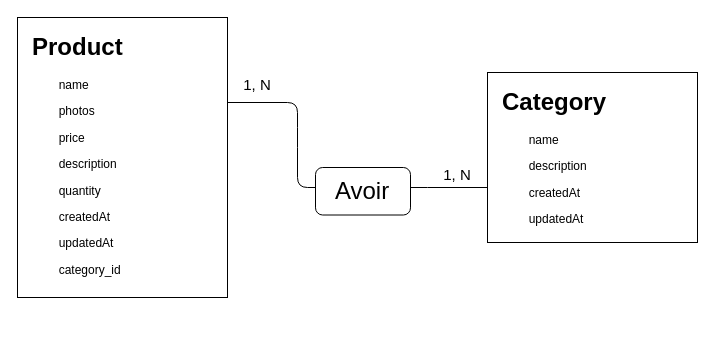
The draw.io diagram job-03/MCD.drawio in estelle-dose/revisions-poo, before the edit. Source tidied: cells renumbered, new cells numbered last; positions are measured from the earlier drawing's top-left corner, leaving out a move shared by most shapes. Both pictures are drawn from the tidied source at 100%, with x=0, y=0 at pixel (17, 17).
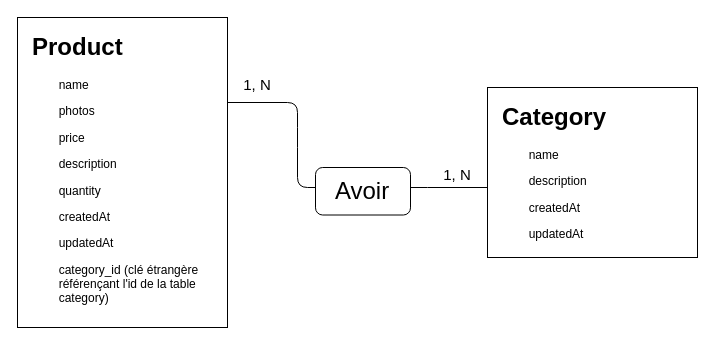
The same diagram, later.

Change to the diagram source:
```diff
@@
 <mxGraphModel>
   <root>
     <mxCell id="0" />
     <mxCell id="1" parent="0" />
     <mxCell id="2" style="rounded=0;whiteSpace=wrap;html=1;" parent="1" vertex="1">
-      <mxGeometry width="210" height="280" as="geometry" />
+      <mxGeometry width="210" height="310" as="geometry" />
     </mxCell>
-    <mxCell id="3" value="&lt;h1&gt;Product&lt;/h1&gt;&lt;p&gt;&lt;span style=&quot;background-color: initial;&quot;&gt;&lt;span style=&quot;white-space: pre;&quot;&gt;&#9;&lt;/span&gt;name&lt;/span&gt;&lt;/p&gt;&lt;p&gt;&amp;nbsp; &amp;nbsp; &amp;nbsp; &amp;nbsp; photos&lt;/p&gt;&lt;p&gt;&amp;nbsp; &amp;nbsp; &amp;nbsp; &amp;nbsp; price&lt;/p&gt;&lt;p&gt;&amp;nbsp; &amp;nbsp; &amp;nbsp; &amp;nbsp; description&lt;/p&gt;&lt;p&gt;&amp;nbsp; &amp;nbsp; &amp;nbsp; &amp;nbsp; quantity&lt;/p&gt;&lt;p&gt;&amp;nbsp; &amp;nbsp; &amp;nbsp; &amp;nbsp; createdAt&lt;/p&gt;&lt;p&gt;&amp;nbsp; &amp;nbsp; &amp;nbsp; &amp;nbsp; updatedAt&lt;/p&gt;&lt;p&gt;&amp;nbsp; &amp;nbsp; &amp;nbsp; &amp;nbsp; category_id&lt;/p&gt;" style="text;html=1;strokeColor=none;fillColor=none;spacing=5;spacingTop=-20;whiteSpace=wrap;overflow=hidden;rounded=0;" parent="1" vertex="1">
-      <mxGeometry x="10" y="10" width="190" height="260" as="geometry" />
+    <mxCell id="3" value="&lt;h1&gt;Product&lt;/h1&gt;&lt;p&gt;&lt;span style=&quot;background-color: initial;&quot;&gt;&lt;span style=&quot;&quot;&gt;&#9;&lt;/span&gt;&lt;span style=&quot;white-space: pre;&quot;&gt;&#9;&lt;/span&gt;name&lt;/span&gt;&lt;/p&gt;&lt;p&gt;&amp;nbsp; &amp;nbsp; &amp;nbsp; &amp;nbsp; photos&lt;/p&gt;&lt;p&gt;&amp;nbsp; &amp;nbsp; &amp;nbsp; &amp;nbsp; price&lt;/p&gt;&lt;p&gt;&amp;nbsp; &amp;nbsp; &amp;nbsp; &amp;nbsp; description&lt;/p&gt;&lt;p&gt;&amp;nbsp; &amp;nbsp; &amp;nbsp; &amp;nbsp; quantity&lt;/p&gt;&lt;p&gt;&amp;nbsp; &amp;nbsp; &amp;nbsp; &amp;nbsp; createdAt&lt;/p&gt;&lt;p&gt;&amp;nbsp; &amp;nbsp; &amp;nbsp; &amp;nbsp; updatedAt&lt;/p&gt;&lt;p&gt;&amp;nbsp; &amp;nbsp; &amp;nbsp; &amp;nbsp; category_id&amp;nbsp;(clé étrangère &lt;span style=&quot;white-space: pre;&quot;&gt;&#9;&lt;/span&gt;référençant l'id de la table &lt;span style=&quot;white-space: pre;&quot;&gt;&#9;&lt;/span&gt;category)&lt;/p&gt;" style="text;html=1;strokeColor=none;fillColor=none;spacing=5;spacingTop=-20;whiteSpace=wrap;overflow=hidden;rounded=0;" parent="1" vertex="1">
+      <mxGeometry x="10" y="10" width="190" height="290" as="geometry" />
     </mxCell>
     <mxCell id="4" style="edgeStyle=none;html=1;" parent="1" edge="1">
       <mxGeometry relative="1" as="geometry">
         <mxPoint x="210" y="85" as="sourcePoint" />
         <mxPoint x="480" y="170" as="targetPoint" />
         <Array as="points">
           <mxPoint x="280" y="85" />
           <mxPoint x="280" y="120" />
           <mxPoint x="280" y="170" />
           <mxPoint x="330" y="170" />
           <mxPoint x="400" y="170" />
         </Array>
       </mxGeometry>
     </mxCell>
     <mxCell id="5" style="rounded=0;whiteSpace=wrap;html=1;" parent="1" vertex="1">
-      <mxGeometry x="470" y="55" width="210" height="170" as="geometry" />
+      <mxGeometry x="470" y="70" width="210" height="170" as="geometry" />
     </mxCell>
     <mxCell id="6" value="&lt;h1&gt;Category&lt;/h1&gt;&lt;p&gt;&lt;span style=&quot;background-color: initial;&quot;&gt;&amp;nbsp; &amp;nbsp; &amp;nbsp; &amp;nbsp; name&lt;/span&gt;&lt;br&gt;&lt;/p&gt;&lt;p&gt;&amp;nbsp; &amp;nbsp; &amp;nbsp; &amp;nbsp; description&lt;/p&gt;&lt;p&gt;&amp;nbsp; &amp;nbsp; &amp;nbsp; &amp;nbsp; createdAt&lt;/p&gt;&lt;p&gt;&amp;nbsp; &amp;nbsp; &amp;nbsp; &amp;nbsp; updatedAt&lt;/p&gt;" style="text;html=1;strokeColor=none;fillColor=none;spacing=5;spacingTop=-20;whiteSpace=wrap;overflow=hidden;rounded=0;" parent="1" vertex="1">
-      <mxGeometry x="480" y="65" width="190" height="150" as="geometry" />
+      <mxGeometry x="480" y="80" width="190" height="150" as="geometry" />
     </mxCell>
     <mxCell id="7" style="rounded=1;whiteSpace=wrap;html=1;" parent="1" vertex="1">
       <mxGeometry x="298" y="150" width="95" height="47.5" as="geometry" />
     </mxCell>
     <mxCell id="8" value="&lt;font style=&quot;font-size: 24px;&quot;&gt;Avoir&lt;/font&gt;" style="text;html=1;strokeColor=none;fillColor=none;align=center;verticalAlign=middle;whiteSpace=wrap;rounded=0;" parent="1" vertex="1">
       <mxGeometry x="305" y="153.8" width="80" height="40" as="geometry" />
     </mxCell>
     <mxCell id="9" value="&lt;font style=&quot;font-size: 15px;&quot;&gt;1, N&lt;/font&gt;" style="text;html=1;strokeColor=none;fillColor=none;align=center;verticalAlign=middle;whiteSpace=wrap;rounded=0;fontSize=24;" parent="1" vertex="1">
       <mxGeometry x="210" y="50" width="60" height="30" as="geometry" />
     </mxCell>
     <mxCell id="10" value="&lt;font style=&quot;font-size: 15px;&quot;&gt;1, N&lt;/font&gt;" style="text;html=1;strokeColor=none;fillColor=none;align=center;verticalAlign=middle;whiteSpace=wrap;rounded=0;fontSize=24;" parent="1" vertex="1">
       <mxGeometry x="410" y="140" width="60" height="30" as="geometry" />
     </mxCell>
   </root>
 </mxGraphModel>
```
